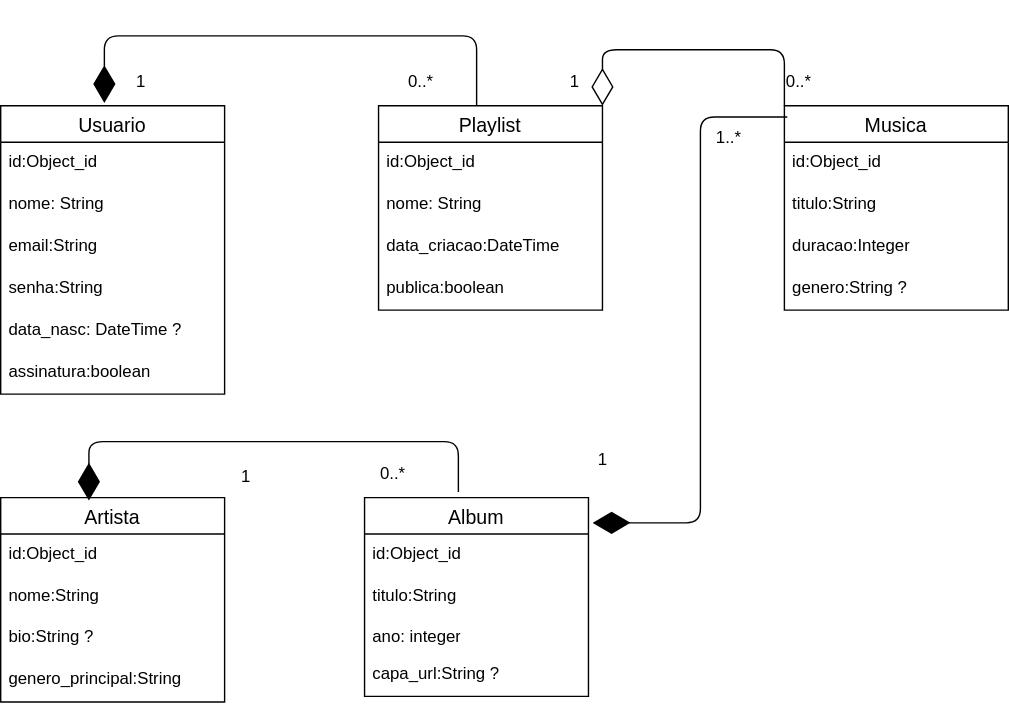
FatecFranca/DSM-P3-G01-2025-2 keeps this draw.io diagram as docs/reverb.svg. Above is the earlier version. Source tidied: cells renumbered, new cells last; positions are measured from the earlier drawing's top-left corner, leaving out a move shared by most shapes.
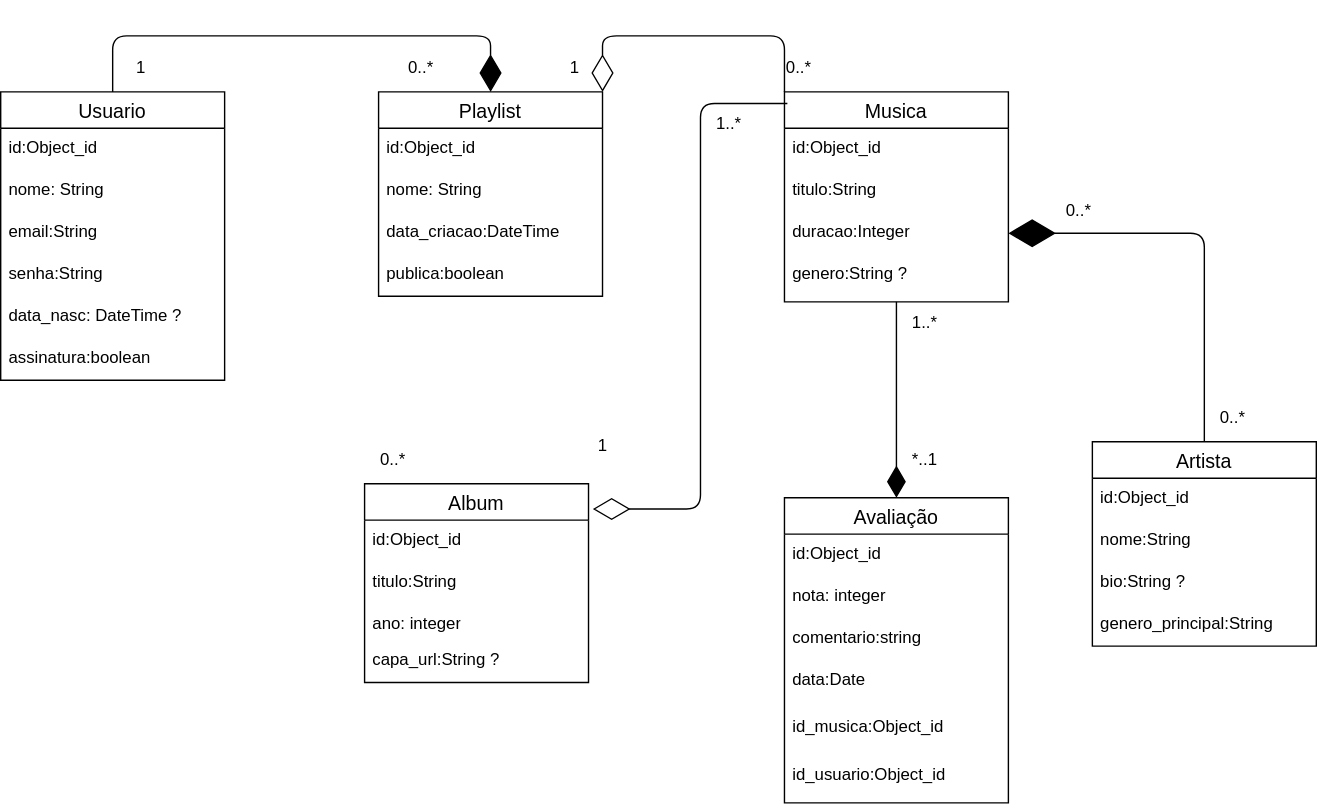
The same file after the commit.

Commit message:
mover arquivos para a pasta docs

The edit, as a diff of the source:
```diff
@@ -2,6 +2,15 @@
   <root>
     <mxCell id="0" />
     <mxCell id="1" parent="0" />
+    <mxCell id="41" style="edgeStyle=none;html=1;exitX=0.5;exitY=0;exitDx=0;exitDy=0;entryX=0.5;entryY=0;entryDx=0;entryDy=0;endArrow=diamondThin;endFill=1;strokeWidth=1;endSize=24;" parent="1" edge="1" source="2" target="9">
+      <mxGeometry relative="1" as="geometry">
+        <Array as="points">
+          <mxPoint x="80" y="10" />
+          <mxPoint x="200" y="10" />
+          <mxPoint x="350" y="10" />
+        </Array>
+      </mxGeometry>
+    </mxCell>
     <mxCell id="2" value="Usuario" style="swimlane;fontStyle=0;horizontal=1;startSize=26;align=center;fontSize=14;" parent="1" vertex="1">
       <mxGeometry y="50" width="160" height="206" as="geometry" />
     </mxCell>
@@ -39,7 +48,7 @@
       <mxGeometry y="116" width="160" height="30" as="geometry" />
     </mxCell>
     <mxCell id="14" value="Musica" style="swimlane;fontStyle=0;horizontal=1;startSize=26;align=center;fontSize=14;" parent="1" vertex="1">
-      <mxGeometry x="560" y="50" width="160" height="146" as="geometry" />
+      <mxGeometry x="560" y="50" width="160" height="150" as="geometry" />
     </mxCell>
     <mxCell id="15" value="id:Object_id" style="text;strokeColor=none;fillColor=none;spacingLeft=4;spacingRight=4;overflow=hidden;fontSize=12;whiteSpace=wrap;html=1;" parent="14" vertex="1">
       <mxGeometry y="26" width="160" height="30" as="geometry" />
@@ -51,7 +60,7 @@
       <mxGeometry y="86" width="160" height="30" as="geometry" />
     </mxCell>
     <mxCell id="18" value="genero:String ?" style="text;strokeColor=none;fillColor=none;spacingLeft=4;spacingRight=4;overflow=hidden;fontSize=12;whiteSpace=wrap;html=1;" parent="14" vertex="1">
-      <mxGeometry y="116" width="160" height="30" as="geometry" />
+      <mxGeometry y="116" width="160" height="34" as="geometry" />
     </mxCell>
     <mxCell id="19" value="Album" style="swimlane;fontStyle=0;horizontal=1;startSize=26;align=center;fontSize=14;" parent="1" vertex="1">
       <mxGeometry x="260" y="330" width="160" height="142" as="geometry" />
@@ -68,8 +77,15 @@
     <mxCell id="23" value="capa_url:String ?" style="text;strokeColor=none;fillColor=none;spacingLeft=4;spacingRight=4;overflow=hidden;fontSize=12;whiteSpace=wrap;html=1;" parent="19" vertex="1">
       <mxGeometry y="112" width="160" height="30" as="geometry" />
     </mxCell>
+    <mxCell id="42" style="edgeStyle=none;html=1;exitX=0.5;exitY=0;exitDx=0;exitDy=0;entryX=1;entryY=0.5;entryDx=0;entryDy=0;endArrow=diamondThin;endFill=1;endSize=31;" parent="1" edge="1" source="24" target="17">
+      <mxGeometry relative="1" as="geometry">
+        <Array as="points">
+          <mxPoint x="860" y="151" />
+        </Array>
+      </mxGeometry>
+    </mxCell>
     <mxCell id="24" value="Artista" style="swimlane;fontStyle=0;horizontal=1;startSize=26;align=center;fontSize=14;" parent="1" vertex="1">
-      <mxGeometry y="330" width="160" height="146" as="geometry" />
+      <mxGeometry x="780" y="300" width="160" height="146" as="geometry" />
     </mxCell>
     <mxCell id="25" value="id:Object_id" style="text;strokeColor=none;fillColor=none;spacingLeft=4;spacingRight=4;overflow=hidden;fontSize=12;whiteSpace=wrap;html=1;" parent="24" vertex="1">
       <mxGeometry y="26" width="160" height="30" as="geometry" />
@@ -90,21 +106,7 @@
         </Array>
       </mxGeometry>
     </mxCell>
-    <mxCell id="30" style="endArrow=diamondThin;endFill=1;endSize=24;html=1;exitX=0.438;exitY=0;exitDx=0;exitDy=0;exitPerimeter=0;entryX=0.463;entryY=-0.01;entryDx=0;entryDy=0;entryPerimeter=0;edgeStyle=elbowEdgeStyle;elbow=vertical;" parent="1" edge="1" source="9" target="2">
-      <mxGeometry relative="1" as="geometry">
-        <Array as="points">
-          <mxPoint x="220" />
-        </Array>
-      </mxGeometry>
-    </mxCell>
-    <mxCell id="31" style="endArrow=diamondThin;endFill=1;endSize=24;html=1;exitX=0.419;exitY=-0.028;exitDx=0;exitDy=0;exitPerimeter=0;entryX=0.394;entryY=0.014;entryDx=0;entryDy=0;entryPerimeter=0;edgeStyle=elbowEdgeStyle;elbow=vertical;" parent="1" edge="1" source="19" target="24">
-      <mxGeometry relative="1" as="geometry">
-        <Array as="points">
-          <mxPoint x="210" y="290" />
-        </Array>
-      </mxGeometry>
-    </mxCell>
-    <mxCell id="32" style="endArrow=diamondThin;endFill=1;endSize=24;html=1;exitX=0.013;exitY=0.055;exitDx=0;exitDy=0;exitPerimeter=0;entryX=1.019;entryY=0.127;entryDx=0;entryDy=0;entryPerimeter=0;edgeStyle=orthogonalEdgeStyle;" parent="1" edge="1" source="14" target="19">
+    <mxCell id="32" style="endArrow=diamondThin;endFill=0;endSize=24;html=1;exitX=0.013;exitY=0.055;exitDx=0;exitDy=0;exitPerimeter=0;entryX=1.019;entryY=0.127;entryDx=0;entryDy=0;entryPerimeter=0;edgeStyle=orthogonalEdgeStyle;" parent="1" edge="1" source="14" target="19">
       <mxGeometry relative="1" as="geometry">
         <Array as="points">
           <mxPoint x="500" y="58" />
@@ -112,9 +114,6 @@
         </Array>
       </mxGeometry>
     </mxCell>
-    <mxCell id="33" value="1" style="text;html=1;align=center;verticalAlign=middle;strokeColor=none;fillColor=none;" parent="1" vertex="1">
-      <mxGeometry x="160" y="300" width="30" height="30" as="geometry" />
-    </mxCell>
     <mxCell id="34" value="0..*" style="text;html=1;align=center;verticalAlign=middle;strokeColor=none;fillColor=none;" parent="1" vertex="1">
       <mxGeometry x="260" y="298" width="40" height="30" as="geometry" />
     </mxCell>
@@ -136,5 +135,43 @@
     <mxCell id="40" value="0..*" style="text;html=1;align=center;verticalAlign=middle;strokeColor=none;fillColor=none;" parent="1" vertex="1">
       <mxGeometry x="550" y="18" width="40" height="30" as="geometry" />
     </mxCell>
+    <mxCell id="43" value="0..*" style="text;html=1;align=center;verticalAlign=middle;strokeColor=none;fillColor=none;" parent="1" vertex="1">
+      <mxGeometry x="860" y="268" width="40" height="30" as="geometry" />
+    </mxCell>
+    <mxCell id="44" value="Avaliação" style="swimlane;fontStyle=0;horizontal=1;startSize=26;align=center;fontSize=14;" parent="1" vertex="1">
+      <mxGeometry x="560" y="340" width="160" height="218" as="geometry" />
+    </mxCell>
+    <mxCell id="45" value="id:Object_id" style="text;strokeColor=none;fillColor=none;spacingLeft=4;spacingRight=4;overflow=hidden;fontSize=12;whiteSpace=wrap;html=1;" parent="44" vertex="1">
+      <mxGeometry y="26" width="160" height="30" as="geometry" />
+    </mxCell>
+    <mxCell id="46" value="nota: integer" style="text;strokeColor=none;fillColor=none;spacingLeft=4;spacingRight=4;overflow=hidden;fontSize=12;whiteSpace=wrap;html=1;" parent="44" vertex="1">
+      <mxGeometry y="56" width="160" height="30" as="geometry" />
+    </mxCell>
+    <mxCell id="47" value="comentario:string" style="text;strokeColor=none;fillColor=none;spacingLeft=4;spacingRight=4;overflow=hidden;fontSize=12;whiteSpace=wrap;html=1;" parent="44" vertex="1">
+      <mxGeometry y="86" width="160" height="30" as="geometry" />
+    </mxCell>
+    <mxCell id="48" value="&lt;div&gt;&lt;font color=&quot;#000000&quot;&gt;data:Date&lt;/font&gt;&lt;/div&gt;" style="text;strokeColor=none;fillColor=none;spacingLeft=4;spacingRight=4;overflow=hidden;fontSize=12;whiteSpace=wrap;html=1;" parent="44" vertex="1">
+      <mxGeometry y="116" width="160" height="34" as="geometry" />
+    </mxCell>
+    <mxCell id="49" value="&lt;div&gt;&lt;font color=&quot;#000000&quot;&gt;id_musica:Object_id&lt;/font&gt;&lt;/div&gt;&lt;div&gt;&lt;br&gt;&lt;/div&gt;" style="text;strokeColor=none;fillColor=none;spacingLeft=4;spacingRight=4;overflow=hidden;fontSize=12;whiteSpace=wrap;html=1;" parent="44" vertex="1">
+      <mxGeometry y="150" width="160" height="34" as="geometry" />
+    </mxCell>
+    <mxCell id="50" value="&lt;div&gt;&lt;font color=&quot;#000000&quot;&gt;id_usuario:Object_id&lt;/font&gt;&lt;/div&gt;&lt;div&gt;&lt;br&gt;&lt;/div&gt;" style="text;strokeColor=none;fillColor=none;spacingLeft=4;spacingRight=4;overflow=hidden;fontSize=12;whiteSpace=wrap;html=1;" parent="44" vertex="1">
+      <mxGeometry y="184" width="160" height="34" as="geometry" />
+    </mxCell>
+    <mxCell id="51" style="edgeStyle=none;html=1;entryX=0.5;entryY=0;entryDx=0;entryDy=0;endArrow=diamondThin;endFill=1;endSize=20;" parent="1" edge="1" target="44">
+      <mxGeometry relative="1" as="geometry">
+        <mxPoint x="640" y="200" as="sourcePoint" />
+      </mxGeometry>
+    </mxCell>
+    <mxCell id="52" value="0..*" style="text;html=1;align=center;verticalAlign=middle;strokeColor=none;fillColor=none;" parent="1" vertex="1">
+      <mxGeometry x="750" y="120" width="40" height="30" as="geometry" />
+    </mxCell>
+    <mxCell id="53" value="1..*" style="text;html=1;align=center;verticalAlign=middle;strokeColor=none;fillColor=none;" parent="1" vertex="1">
+      <mxGeometry x="640" y="200" width="40" height="30" as="geometry" />
+    </mxCell>
+    <mxCell id="54" value="*..1" style="text;html=1;align=center;verticalAlign=middle;strokeColor=none;fillColor=none;" parent="1" vertex="1">
+      <mxGeometry x="640" y="298" width="40" height="30" as="geometry" />
+    </mxCell>
   </root>
 </mxGraphModel>
```
